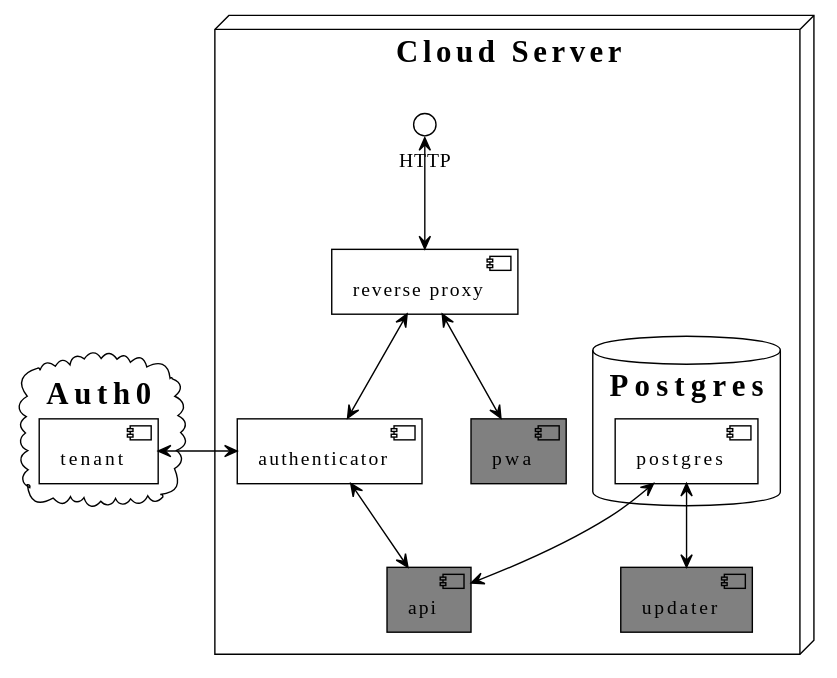
This is documentation/build/components.svg from hannes-hochreiner/podcast-player-pwa, a PlantUML export, as it was before one commit.
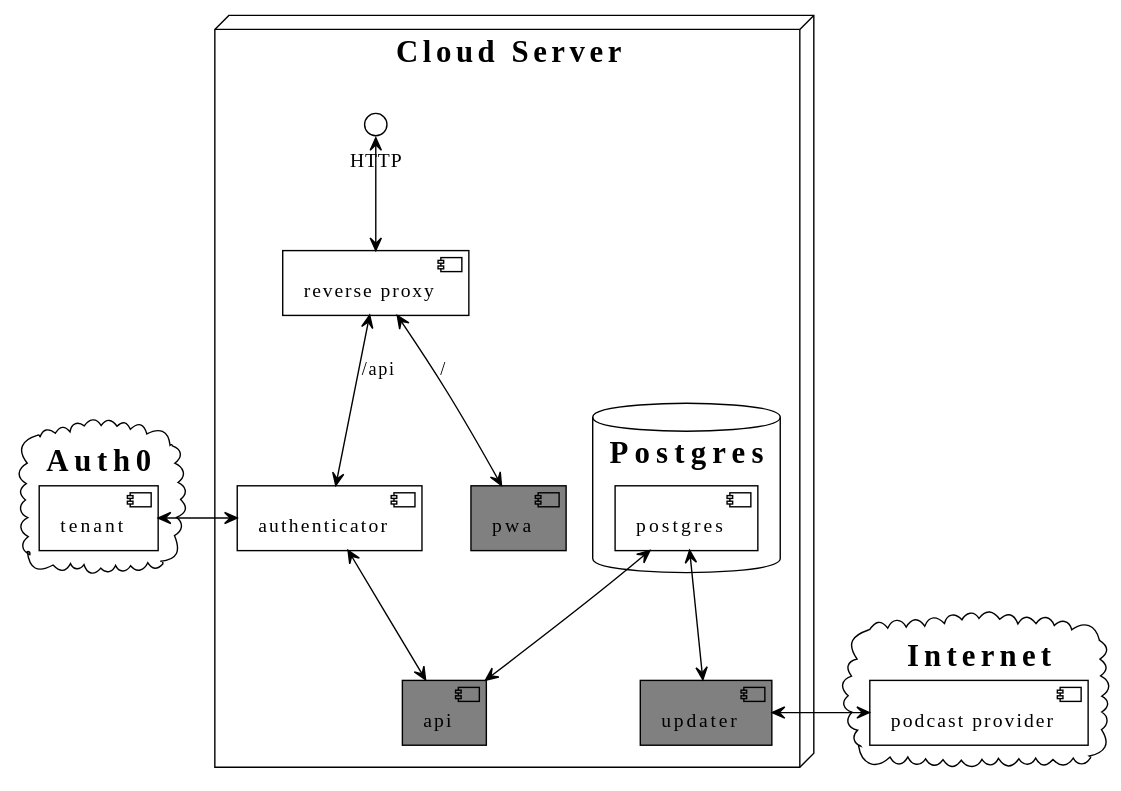
After the change.

Commit message:
update components diagram

Diff of the diagram source:
```diff
@@ -19,10 +19,15 @@
   [tenant]
 }
 
+cloud "Internet" {
+  [podcast provider]
+}
+
 [tenant] <-> [authenticator]
 [reverse proxy] <-up-> HTTP
-[reverse proxy] <-down-> [authenticator]
+[reverse proxy] <-down-> [authenticator] : /api
 [authenticator] <-down-> [api]
-[reverse proxy] <-down-> [pwa]
+[reverse proxy] <-down-> [pwa] : /
+[updater] <-right-> [podcast provider]
 
 @enduml
```
